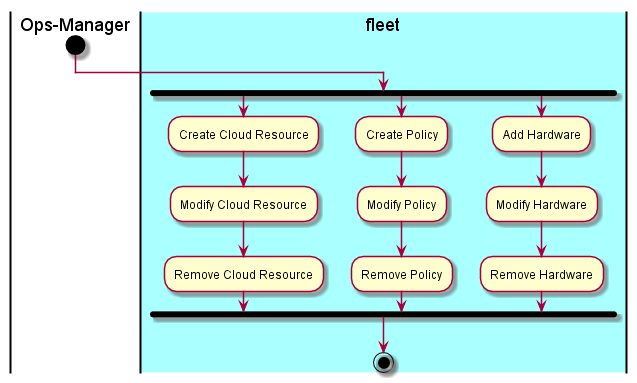
This is docs/Actors/Ops-Manager/Workflow.png from CAADE/fleet, a PlantUML export, as it was before one commit.
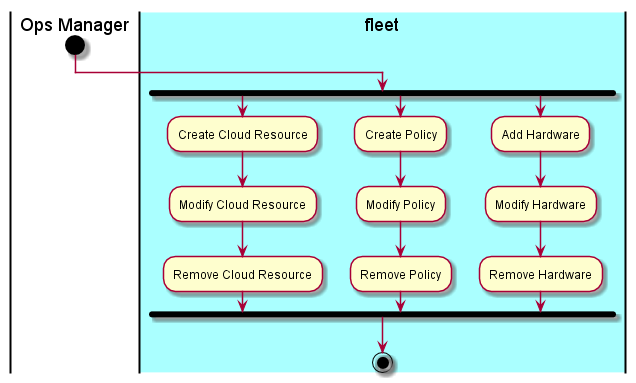
Later version of the same file.

The edit, as a diff of the source:
```diff
@@ -1,5 +1,5 @@
 @startuml
-|Ops-Manager|
+|Ops Manager|
 start
 |#aaffff|fleet|
 fork
```
